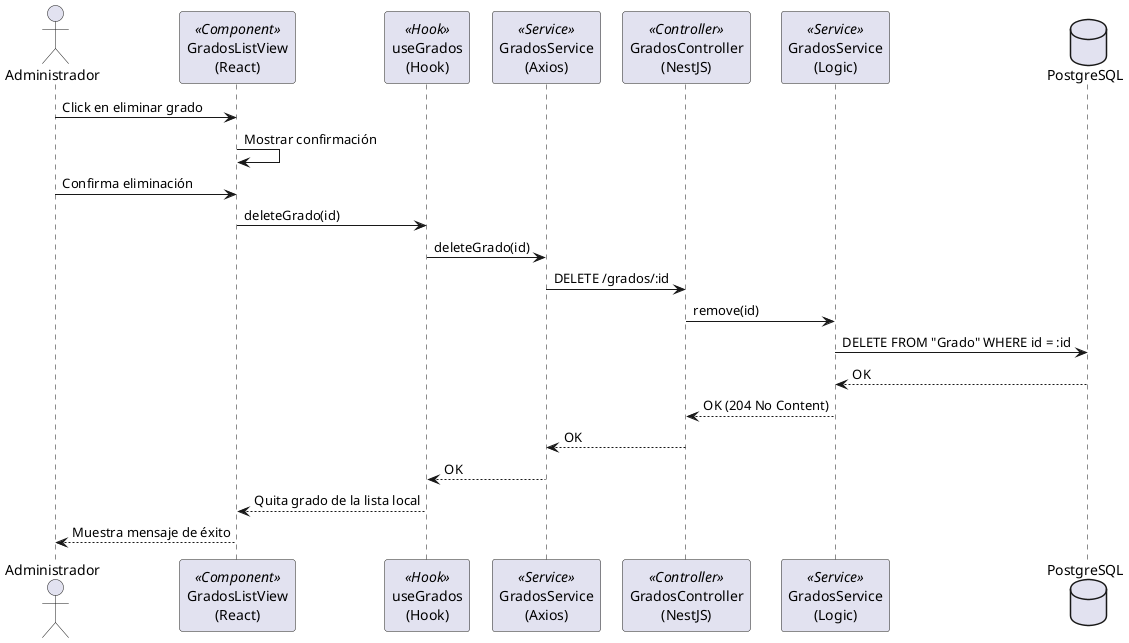
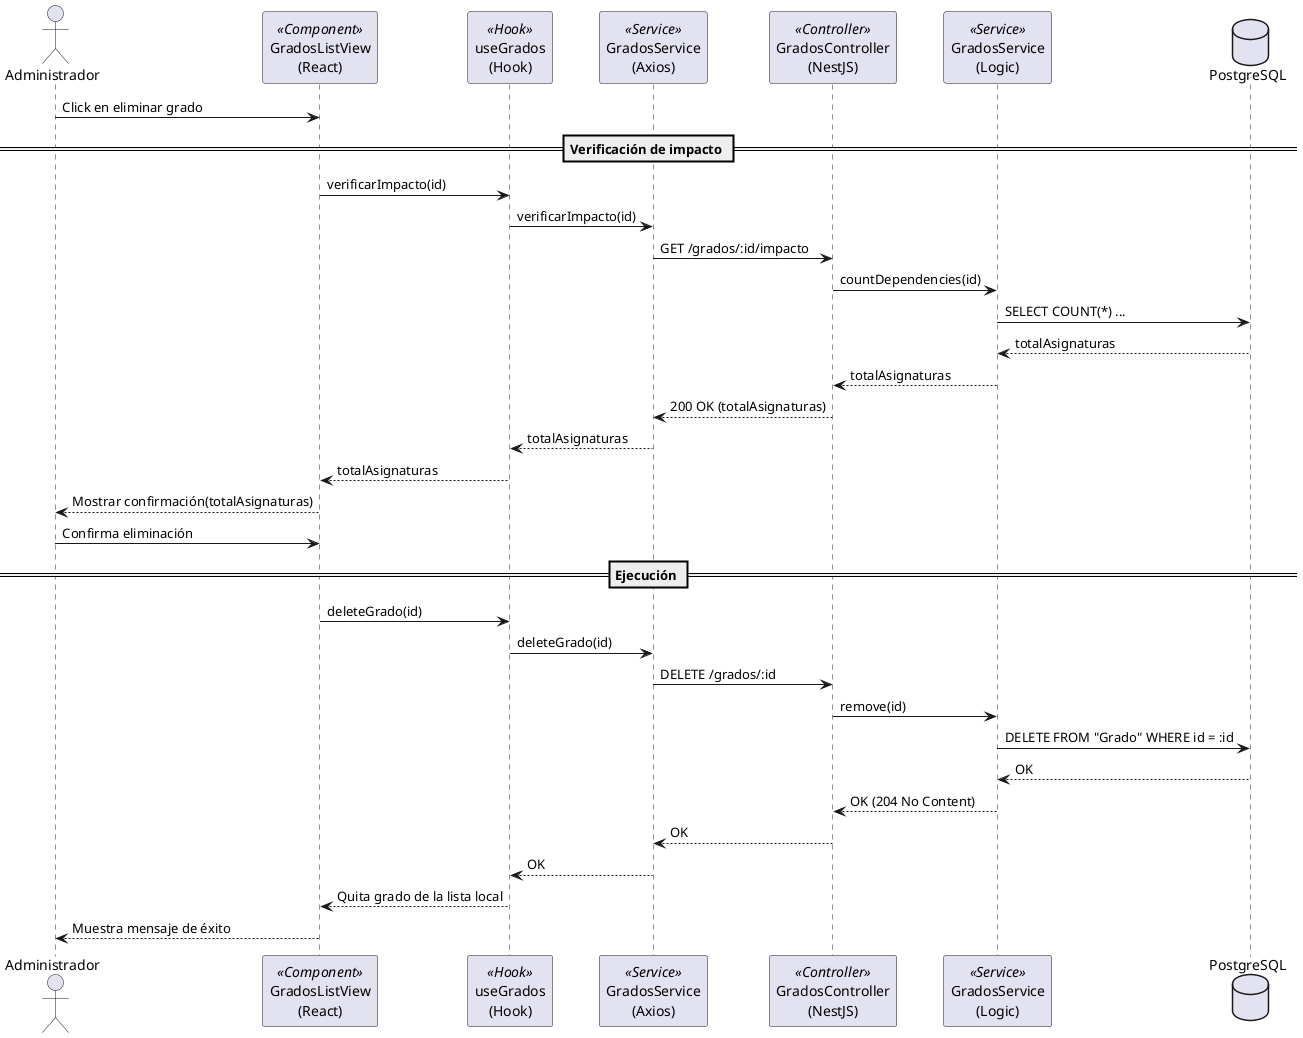
@startuml secuencia-diseño
skinparam shadowing false

actor Administrador
participant "GradosListView\n(React)" as UI <<Component>>
participant "useGrados\n(Hook)" as Hook <<Hook>>
participant "GradosService\n(Axios)" as FService <<Service>>
participant "GradosController\n(NestJS)" as Controller <<Controller>>
participant "GradosService\n(Logic)" as BService <<Service>>
database "PostgreSQL" as DB

Administrador -> UI : Click en eliminar grado
- UI -> UI : Mostrar confirmación
+ 
+ == Verificación de impacto ==
+ 
+ UI -> Hook : verificarImpacto(id)
+ Hook -> FService : verificarImpacto(id)
+ FService -> Controller : GET /grados/:id/impacto
+ Controller -> BService : countDependencies(id)
+ BService -> DB : SELECT COUNT(*) ...
+ DB --> BService : totalAsignaturas
+ BService --> Controller : totalAsignaturas
+ Controller --> FService : 200 OK (totalAsignaturas)
+ FService --> Hook : totalAsignaturas
+ Hook --> UI : totalAsignaturas
+ UI --> Administrador : Mostrar confirmación(totalAsignaturas)
+ 
Administrador -> UI : Confirma eliminación
+ 
+ == Ejecución ==
+ 
UI -> Hook : deleteGrado(id)
Hook -> FService : deleteGrado(id)
FService -> Controller : DELETE /grados/:id
Controller -> BService : remove(id)
BService -> DB : DELETE FROM "Grado" WHERE id = :id
DB --> BService : OK
BService --> Controller : OK (204 No Content)
Controller --> FService : OK
FService --> Hook : OK
Hook --> UI : Quita grado de la lista local
UI --> Administrador : Muestra mensaje de éxito
- @enduml
+ 
+ @enduml